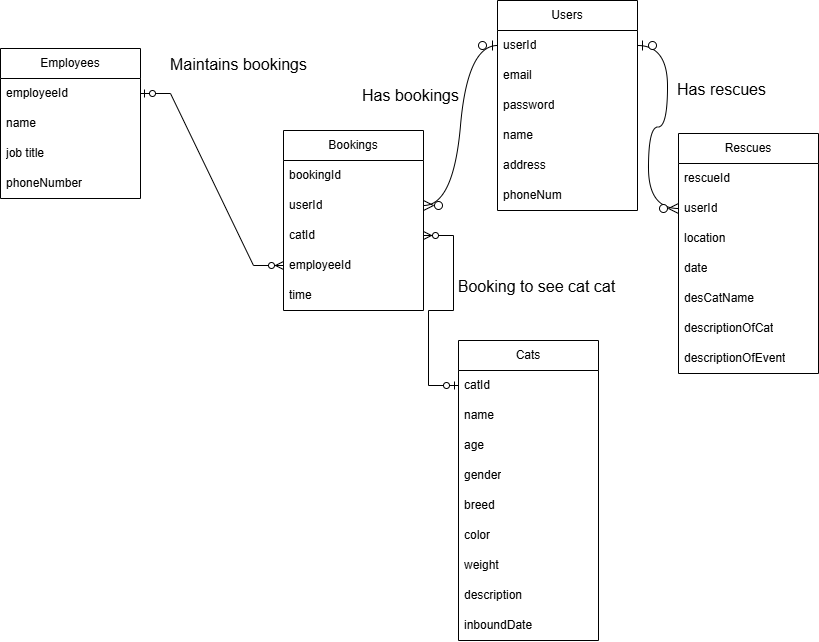
IlliaStefanovskyi/WebDevFinalProject keeps this draw.io diagram as week4/Logical ERD.drawio.png. Above is the earlier version. Source tidied: cells renumbered, new cells last; positions are measured from the earlier drawing's top-left corner, leaving out a move shared by most shapes.
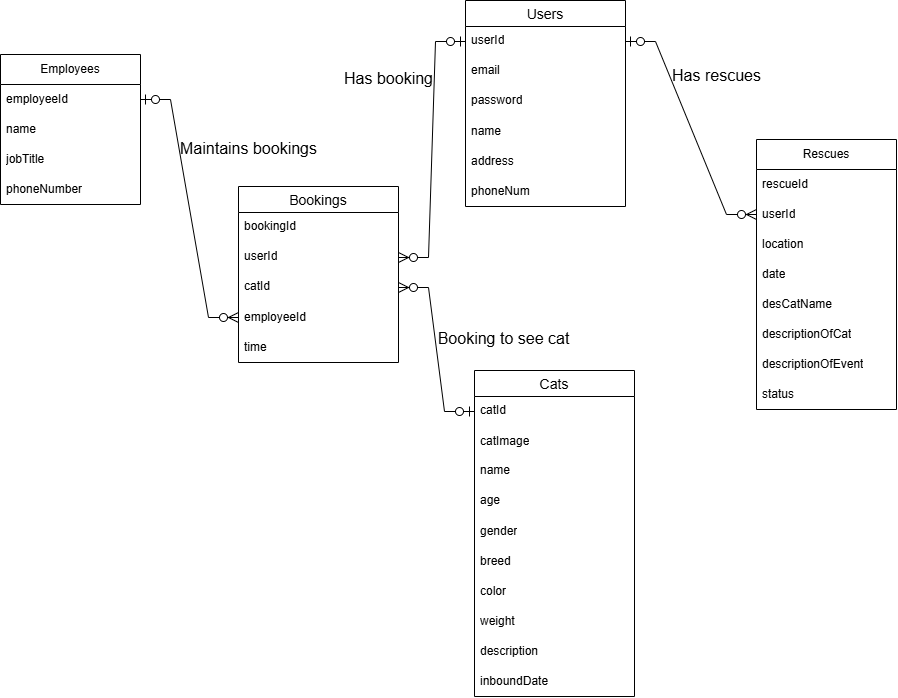
After the change.

Change to the diagram source:
```diff
@@ -2,84 +2,120 @@
   <root>
     <mxCell id="0" />
     <mxCell id="1" parent="0" />
+    <mxCell id="33" value="Employees" style="swimlane;fontStyle=0;horizontal=1;startSize=30;whiteSpace=wrap;html=1;" parent="1" vertex="1">
+      <mxGeometry x="866" y="1003" width="140" height="150" as="geometry" />
+    </mxCell>
+    <mxCell id="34" value="employeeId" style="text;strokeColor=none;fillColor=none;align=left;verticalAlign=middle;spacingLeft=4;spacingRight=4;overflow=hidden;points=[[0,0.5],[1,0.5]];portConstraint=eastwest;whiteSpace=wrap;html=1;" parent="33" vertex="1">
+      <mxGeometry y="30" width="140" height="30" as="geometry" />
+    </mxCell>
+    <mxCell id="47" value="name" style="text;strokeColor=none;fillColor=none;align=left;verticalAlign=middle;spacingLeft=4;spacingRight=4;overflow=hidden;whiteSpace=wrap;html=1;" parent="33" vertex="1">
+      <mxGeometry y="60" width="140" height="30" as="geometry" />
+    </mxCell>
+    <mxCell id="48" value="jobTitle" style="text;strokeColor=none;fillColor=none;align=left;verticalAlign=middle;spacingLeft=4;spacingRight=4;overflow=hidden;whiteSpace=wrap;html=1;" parent="33" vertex="1">
+      <mxGeometry y="90" width="140" height="30" as="geometry" />
+    </mxCell>
+    <mxCell id="37" value="phoneNumber" style="text;strokeColor=none;fillColor=none;align=left;verticalAlign=middle;spacingLeft=4;spacingRight=4;overflow=hidden;whiteSpace=wrap;html=1;" parent="33" vertex="1">
+      <mxGeometry y="120" width="140" height="30" as="geometry" />
+    </mxCell>
+    <mxCell id="19" value="Bookings" style="swimlane;fontStyle=0;horizontal=1;startSize=26;align=center;fontSize=14;" parent="1" vertex="1">
+      <mxGeometry x="1104" y="1135" width="160" height="176" as="geometry" />
+    </mxCell>
+    <mxCell id="20" value="bookingId" style="text;strokeColor=none;fillColor=none;spacingLeft=4;spacingRight=4;overflow=hidden;fontSize=12;whiteSpace=wrap;html=1;" parent="19" vertex="1">
+      <mxGeometry y="26" width="160" height="30" as="geometry" />
+    </mxCell>
+    <mxCell id="49" value="userId" style="text;strokeColor=none;fillColor=none;spacingLeft=4;spacingRight=4;overflow=hidden;points=[[0,0.5],[1,0.5]];portConstraint=eastwest;fontSize=12;whiteSpace=wrap;html=1;" parent="19" vertex="1">
+      <mxGeometry y="56" width="160" height="30" as="geometry" />
+    </mxCell>
+    <mxCell id="50" value="catId" style="text;strokeColor=none;fillColor=none;spacingLeft=4;spacingRight=4;overflow=hidden;points=[[0,0.5],[1,0.5]];portConstraint=eastwest;fontSize=12;whiteSpace=wrap;html=1;" parent="19" vertex="1">
+      <mxGeometry y="86" width="160" height="30" as="geometry" />
+    </mxCell>
+    <mxCell id="23" value="employeeId" style="text;strokeColor=none;fillColor=none;align=left;verticalAlign=middle;spacingLeft=4;spacingRight=4;overflow=hidden;points=[[0,0.5],[1,0.5]];portConstraint=eastwest;whiteSpace=wrap;html=1;" parent="19" vertex="1">
+      <mxGeometry y="116" width="160" height="30" as="geometry" />
+    </mxCell>
+    <mxCell id="24" value="time" style="text;strokeColor=none;fillColor=none;align=left;verticalAlign=middle;spacingLeft=4;spacingRight=4;overflow=hidden;whiteSpace=wrap;html=1;" parent="19" vertex="1">
+      <mxGeometry y="146" width="160" height="30" as="geometry" />
+    </mxCell>
+    <mxCell id="45" style="edgeStyle=entityRelationEdgeStyle;fontSize=12;html=1;endArrow=ERzeroToMany;startArrow=ERzeroToOne;rounded=0;startSize=8;endSize=8;curved=0;exitX=1;exitY=0.5;exitDx=0;exitDy=0;entryX=0;entryY=0.5;entryDx=0;entryDy=0;" parent="1" edge="1" source="34" target="23">
+      <mxGeometry relative="1" as="geometry" />
+    </mxCell>
+    <mxCell id="51" style="edgeStyle=entityRelationEdgeStyle;fontSize=12;html=1;endArrow=ERzeroToMany;startArrow=ERzeroToOne;rounded=0;startSize=8;endSize=8;curved=0;exitX=0;exitY=0.5;exitDx=0;exitDy=0;entryX=1;entryY=0.5;entryDx=0;entryDy=0;" parent="1" edge="1" source="52" target="49">
+      <mxGeometry relative="1" as="geometry" />
+    </mxCell>
+    <mxCell id="44" value="Maintains bookings" style="text;html=1;align=center;verticalAlign=middle;strokeColor=none;fillColor=none;fontSize=16;" parent="1" vertex="1">
+      <mxGeometry x="1036" y="1081" width="155" height="31" as="geometry" />
+    </mxCell>
+    <mxCell id="12" value="Users" style="swimlane;fontStyle=0;horizontal=1;startSize=26;align=center;fontSize=14;" parent="1" vertex="1">
+      <mxGeometry x="1331" y="949" width="160" height="206" as="geometry" />
+    </mxCell>
+    <mxCell id="52" value="userId" style="text;strokeColor=none;fillColor=none;spacingLeft=4;spacingRight=4;overflow=hidden;points=[[0,0.5],[1,0.5]];portConstraint=eastwest;fontSize=12;whiteSpace=wrap;html=1;" parent="12" vertex="1">
+      <mxGeometry y="26" width="160" height="30" as="geometry" />
+    </mxCell>
+    <mxCell id="14" value="email" style="text;strokeColor=none;fillColor=none;spacingLeft=4;spacingRight=4;overflow=hidden;fontSize=12;whiteSpace=wrap;html=1;" parent="12" vertex="1">
+      <mxGeometry y="56" width="160" height="30" as="geometry" />
+    </mxCell>
+    <mxCell id="15" value="password" style="text;strokeColor=none;fillColor=none;spacingLeft=4;spacingRight=4;overflow=hidden;fontSize=12;whiteSpace=wrap;html=1;" parent="12" vertex="1">
+      <mxGeometry y="86" width="160" height="30" as="geometry" />
+    </mxCell>
+    <mxCell id="53" value="name" style="text;strokeColor=none;fillColor=none;align=left;verticalAlign=middle;spacingLeft=4;spacingRight=4;overflow=hidden;whiteSpace=wrap;html=1;" parent="12" vertex="1">
+      <mxGeometry y="116" width="160" height="30" as="geometry" />
+    </mxCell>
+    <mxCell id="17" value="address" style="text;strokeColor=none;fillColor=none;align=left;verticalAlign=middle;spacingLeft=4;spacingRight=4;overflow=hidden;whiteSpace=wrap;html=1;" parent="12" vertex="1">
+      <mxGeometry y="146" width="160" height="30" as="geometry" />
+    </mxCell>
+    <mxCell id="18" value="phoneNum" style="text;strokeColor=none;fillColor=none;align=left;verticalAlign=middle;spacingLeft=4;spacingRight=4;overflow=hidden;whiteSpace=wrap;html=1;" parent="12" vertex="1">
+      <mxGeometry y="176" width="160" height="30" as="geometry" />
+    </mxCell>
-    <mxCell id="2" value="Cats" style="swimlane;fontStyle=0;horizontal=1;startSize=30;whiteSpace=wrap;html=1;" parent="1" vertex="1">
-      <mxGeometry x="458" y="340" width="140" height="300" as="geometry" />
+    <mxCell id="2" value="Cats" style="swimlane;fontStyle=0;horizontal=1;startSize=26;align=center;fontSize=14;" parent="1" vertex="1">
+      <mxGeometry x="1340" y="1319" width="160" height="326" as="geometry" />
     </mxCell>
-    <mxCell id="3" value="catId" style="text;strokeColor=none;fillColor=none;align=left;verticalAlign=middle;spacingLeft=4;spacingRight=4;overflow=hidden;points=[[0,0.5],[1,0.5]];portConstraint=eastwest;whiteSpace=wrap;html=1;" parent="2" vertex="1">
-      <mxGeometry y="30" width="140" height="30" as="geometry" />
-    </mxCell>
-    <mxCell id="4" value="name" style="text;strokeColor=none;fillColor=none;align=left;verticalAlign=middle;spacingLeft=4;spacingRight=4;overflow=hidden;whiteSpace=wrap;html=1;" parent="2" vertex="1">
-      <mxGeometry y="60" width="140" height="30" as="geometry" />
-    </mxCell>
+    <mxCell id="54" value="catId" style="text;strokeColor=none;fillColor=none;spacingLeft=4;spacingRight=4;overflow=hidden;points=[[0,0.5],[1,0.5]];portConstraint=eastwest;fontSize=12;whiteSpace=wrap;html=1;" parent="2" vertex="1">
+      <mxGeometry y="26" width="160" height="30" as="geometry" />
+    </mxCell>
+    <mxCell id="55" value="catImage" style="text;strokeColor=none;fillColor=none;align=left;verticalAlign=middle;spacingLeft=4;spacingRight=4;overflow=hidden;whiteSpace=wrap;html=1;" parent="2" vertex="1">
+      <mxGeometry y="56" width="160" height="30" as="geometry" />
+    </mxCell>
+    <mxCell id="56" value="name" style="text;strokeColor=none;fillColor=none;spacingLeft=4;spacingRight=4;overflow=hidden;fontSize=12;whiteSpace=wrap;html=1;" parent="2" vertex="1">
+      <mxGeometry y="86" width="160" height="30" as="geometry" />
+    </mxCell>
-    <mxCell id="5" value="age" style="text;strokeColor=none;fillColor=none;align=left;verticalAlign=middle;spacingLeft=4;spacingRight=4;overflow=hidden;whiteSpace=wrap;html=1;" parent="2" vertex="1">
-      <mxGeometry y="90" width="140" height="30" as="geometry" />
+    <mxCell id="5" value="age" style="text;strokeColor=none;fillColor=none;spacingLeft=4;spacingRight=4;overflow=hidden;fontSize=12;whiteSpace=wrap;html=1;" parent="2" vertex="1">
+      <mxGeometry y="116" width="160" height="30" as="geometry" />
     </mxCell>
     <mxCell id="6" value="gender" style="text;strokeColor=none;fillColor=none;align=left;verticalAlign=middle;spacingLeft=4;spacingRight=4;overflow=hidden;whiteSpace=wrap;html=1;" parent="2" vertex="1">
-      <mxGeometry y="120" width="140" height="30" as="geometry" />
+      <mxGeometry y="146" width="160" height="30" as="geometry" />
     </mxCell>
     <mxCell id="7" value="breed" style="text;strokeColor=none;fillColor=none;align=left;verticalAlign=middle;spacingLeft=4;spacingRight=4;overflow=hidden;whiteSpace=wrap;html=1;" parent="2" vertex="1">
-      <mxGeometry y="150" width="140" height="30" as="geometry" />
+      <mxGeometry y="176" width="160" height="30" as="geometry" />
     </mxCell>
     <mxCell id="8" value="color" style="text;strokeColor=none;fillColor=none;align=left;verticalAlign=middle;spacingLeft=4;spacingRight=4;overflow=hidden;whiteSpace=wrap;html=1;" parent="2" vertex="1">
-      <mxGeometry y="180" width="140" height="30" as="geometry" />
+      <mxGeometry y="206" width="160" height="30" as="geometry" />
     </mxCell>
     <mxCell id="9" value="weight" style="text;strokeColor=none;fillColor=none;align=left;verticalAlign=middle;spacingLeft=4;spacingRight=4;overflow=hidden;whiteSpace=wrap;html=1;" parent="2" vertex="1">
-      <mxGeometry y="210" width="140" height="30" as="geometry" />
+      <mxGeometry y="236" width="160" height="30" as="geometry" />
     </mxCell>
     <mxCell id="10" value="description" style="text;strokeColor=none;fillColor=none;align=left;verticalAlign=middle;spacingLeft=4;spacingRight=4;overflow=hidden;whiteSpace=wrap;html=1;" parent="2" vertex="1">
-      <mxGeometry y="240" width="140" height="30" as="geometry" />
+      <mxGeometry y="266" width="160" height="30" as="geometry" />
     </mxCell>
     <mxCell id="11" value="inboundDate" style="text;strokeColor=none;fillColor=none;align=left;verticalAlign=middle;spacingLeft=4;spacingRight=4;overflow=hidden;whiteSpace=wrap;html=1;" parent="2" vertex="1">
-      <mxGeometry y="270" width="140" height="30" as="geometry" />
+      <mxGeometry y="296" width="160" height="30" as="geometry" />
     </mxCell>
-    <mxCell id="12" value="Users" style="swimlane;fontStyle=0;horizontal=1;startSize=30;whiteSpace=wrap;html=1;" parent="1" vertex="1">
-      <mxGeometry x="497" width="140" height="210" as="geometry" />
-    </mxCell>
-    <mxCell id="13" value="userId" style="text;strokeColor=none;fillColor=none;align=left;verticalAlign=middle;spacingLeft=4;spacingRight=4;overflow=hidden;points=[[0,0.5],[1,0.5]];portConstraint=eastwest;whiteSpace=wrap;html=1;" parent="12" vertex="1">
-      <mxGeometry y="30" width="140" height="30" as="geometry" />
-    </mxCell>
-    <mxCell id="14" value="email" style="text;strokeColor=none;fillColor=none;align=left;verticalAlign=middle;spacingLeft=4;spacingRight=4;overflow=hidden;whiteSpace=wrap;html=1;" parent="12" vertex="1">
-      <mxGeometry y="60" width="140" height="30" as="geometry" />
-    </mxCell>
-    <mxCell id="15" value="password" style="text;strokeColor=none;fillColor=none;align=left;verticalAlign=middle;spacingLeft=4;spacingRight=4;overflow=hidden;whiteSpace=wrap;html=1;" parent="12" vertex="1">
-      <mxGeometry y="90" width="140" height="30" as="geometry" />
-    </mxCell>
-    <mxCell id="16" value="name" style="text;strokeColor=none;fillColor=none;align=left;verticalAlign=middle;spacingLeft=4;spacingRight=4;overflow=hidden;whiteSpace=wrap;html=1;" parent="12" vertex="1">
-      <mxGeometry y="120" width="140" height="30" as="geometry" />
-    </mxCell>
-    <mxCell id="17" value="address" style="text;strokeColor=none;fillColor=none;align=left;verticalAlign=middle;spacingLeft=4;spacingRight=4;overflow=hidden;whiteSpace=wrap;html=1;" parent="12" vertex="1">
-      <mxGeometry y="150" width="140" height="30" as="geometry" />
-    </mxCell>
-    <mxCell id="18" value="phoneNum" style="text;strokeColor=none;fillColor=none;align=left;verticalAlign=middle;spacingLeft=4;spacingRight=4;overflow=hidden;whiteSpace=wrap;html=1;" parent="12" vertex="1">
-      <mxGeometry y="180" width="140" height="30" as="geometry" />
-    </mxCell>
-    <mxCell id="19" value="Bookings" style="swimlane;fontStyle=0;horizontal=1;startSize=30;whiteSpace=wrap;html=1;" parent="1" vertex="1">
-      <mxGeometry x="283" y="130" width="140" height="180" as="geometry" />
-    </mxCell>
-    <mxCell id="20" value="bookingId" style="text;strokeColor=none;fillColor=none;align=left;verticalAlign=middle;spacingLeft=4;spacingRight=4;overflow=hidden;whiteSpace=wrap;html=1;" parent="19" vertex="1">
-      <mxGeometry y="30" width="140" height="30" as="geometry" />
-    </mxCell>
-    <mxCell id="21" value="userId" style="text;strokeColor=none;fillColor=none;align=left;verticalAlign=middle;spacingLeft=4;spacingRight=4;overflow=hidden;points=[[0,0.5],[1,0.5]];portConstraint=eastwest;whiteSpace=wrap;html=1;" parent="19" vertex="1">
-      <mxGeometry y="60" width="140" height="30" as="geometry" />
-    </mxCell>
-    <mxCell id="22" value="catId" style="text;strokeColor=none;fillColor=none;align=left;verticalAlign=middle;spacingLeft=4;spacingRight=4;overflow=hidden;points=[[0,0.5],[1,0.5]];portConstraint=eastwest;whiteSpace=wrap;html=1;" parent="19" vertex="1">
-      <mxGeometry y="90" width="140" height="30" as="geometry" />
-    </mxCell>
-    <mxCell id="23" value="employeeId" style="text;strokeColor=none;fillColor=none;align=left;verticalAlign=middle;spacingLeft=4;spacingRight=4;overflow=hidden;points=[[0,0.5],[1,0.5]];portConstraint=eastwest;whiteSpace=wrap;html=1;" parent="19" vertex="1">
-      <mxGeometry y="120" width="140" height="30" as="geometry" />
-    </mxCell>
-    <mxCell id="24" value="time" style="text;strokeColor=none;fillColor=none;align=left;verticalAlign=middle;spacingLeft=4;spacingRight=4;overflow=hidden;whiteSpace=wrap;html=1;" parent="19" vertex="1">
-      <mxGeometry y="150" width="140" height="30" as="geometry" />
-    </mxCell>
+    <mxCell id="57" style="edgeStyle=entityRelationEdgeStyle;fontSize=12;html=1;endArrow=ERzeroToMany;startArrow=ERzeroToOne;rounded=0;startSize=8;endSize=8;curved=0;exitX=0;exitY=0.5;exitDx=0;exitDy=0;entryX=1;entryY=0.5;entryDx=0;entryDy=0;" parent="1" edge="1" source="54" target="50">
+      <mxGeometry relative="1" as="geometry" />
+    </mxCell>
+    <mxCell id="58" value="Booking to see cat" style="text;html=1;align=center;verticalAlign=middle;strokeColor=none;fillColor=none;fontSize=16;" parent="1" vertex="1">
+      <mxGeometry x="1294" y="1272" width="150" height="31" as="geometry" />
+    </mxCell>
+    <mxCell id="59" value="Has booking" style="text;html=1;align=center;verticalAlign=middle;strokeColor=none;fillColor=none;fontSize=16;" parent="1" vertex="1">
+      <mxGeometry x="1200" y="1012" width="107" height="31" as="geometry" />
+    </mxCell>
     <mxCell id="25" value="Rescues" style="swimlane;fontStyle=0;horizontal=1;startSize=30;whiteSpace=wrap;html=1;" parent="1" vertex="1">
-      <mxGeometry x="678" y="133" width="140" height="240" as="geometry" />
+      <mxGeometry x="1622" y="1088" width="140" height="270" as="geometry" />
     </mxCell>
     <mxCell id="26" value="rescueId" style="text;strokeColor=none;fillColor=none;align=left;verticalAlign=middle;spacingLeft=4;spacingRight=4;overflow=hidden;whiteSpace=wrap;html=1;" parent="25" vertex="1">
       <mxGeometry y="30" width="140" height="30" as="geometry" />
     </mxCell>
-    <mxCell id="27" value="userId" style="text;strokeColor=none;fillColor=none;align=left;verticalAlign=middle;spacingLeft=4;spacingRight=4;overflow=hidden;points=[[0,0.5],[1,0.5]];portConstraint=eastwest;whiteSpace=wrap;html=1;" parent="25" vertex="1">
-      <mxGeometry y="60" width="140" height="30" as="geometry" />
-    </mxCell>
+    <mxCell id="60" value="userId" style="text;strokeColor=none;fillColor=none;align=left;verticalAlign=middle;spacingLeft=4;spacingRight=4;overflow=hidden;points=[[0,0.5],[1,0.5]];portConstraint=eastwest;whiteSpace=wrap;html=1;" parent="25" vertex="1">
+      <mxGeometry y="60" width="140" height="30" as="geometry" />
+    </mxCell>
     <mxCell id="28" value="location" style="text;strokeColor=none;fillColor=none;align=left;verticalAlign=middle;spacingLeft=4;spacingRight=4;overflow=hidden;whiteSpace=wrap;html=1;" parent="25" vertex="1">
       <mxGeometry y="90" width="140" height="30" as="geometry" />
     </mxCell>
@@ -95,51 +131,14 @@
     <mxCell id="32" value="descriptionOfEvent" style="text;strokeColor=none;fillColor=none;align=left;verticalAlign=middle;spacingLeft=4;spacingRight=4;overflow=hidden;whiteSpace=wrap;html=1;" parent="25" vertex="1">
       <mxGeometry y="210" width="140" height="30" as="geometry" />
     </mxCell>
-    <mxCell id="33" value="Employees" style="swimlane;fontStyle=0;horizontal=1;startSize=30;whiteSpace=wrap;html=1;" parent="1" vertex="1">
-      <mxGeometry y="48" width="140" height="150" as="geometry" />
-    </mxCell>
-    <mxCell id="34" value="employeeId" style="text;strokeColor=none;fillColor=none;align=left;verticalAlign=middle;spacingLeft=4;spacingRight=4;overflow=hidden;points=[[0,0.5],[1,0.5]];portConstraint=eastwest;whiteSpace=wrap;html=1;" parent="33" vertex="1">
-      <mxGeometry y="30" width="140" height="30" as="geometry" />
-    </mxCell>
-    <mxCell id="35" value="name" style="text;strokeColor=none;fillColor=none;align=left;verticalAlign=middle;spacingLeft=4;spacingRight=4;overflow=hidden;whiteSpace=wrap;html=1;" parent="33" vertex="1">
-      <mxGeometry y="60" width="140" height="30" as="geometry" />
-    </mxCell>
-    <mxCell id="36" value="job title" style="text;strokeColor=none;fillColor=none;align=left;verticalAlign=middle;spacingLeft=4;spacingRight=4;overflow=hidden;whiteSpace=wrap;html=1;" parent="33" vertex="1">
-      <mxGeometry y="90" width="140" height="30" as="geometry" />
-    </mxCell>
-    <mxCell id="37" value="phoneNumber" style="text;strokeColor=none;fillColor=none;align=left;verticalAlign=middle;spacingLeft=4;spacingRight=4;overflow=hidden;whiteSpace=wrap;html=1;" parent="33" vertex="1">
-      <mxGeometry y="120" width="140" height="30" as="geometry" />
-    </mxCell>
-    <mxCell id="38" style="edgeStyle=entityRelationEdgeStyle;fontSize=12;html=1;endArrow=ERzeroToMany;startArrow=ERzeroToOne;rounded=0;startSize=8;endSize=8;curved=1;exitX=0;exitY=0.5;exitDx=0;exitDy=0;entryX=1;entryY=0.5;entryDx=0;entryDy=0;" parent="1" edge="1" source="13" target="21">
-      <mxGeometry relative="1" as="geometry" />
-    </mxCell>
-    <mxCell id="39" value="Has bookings" style="text;html=1;align=center;verticalAlign=middle;strokeColor=none;fillColor=none;fontSize=16;" parent="1" vertex="1">
-      <mxGeometry x="352" y="79" width="115" height="31" as="geometry" />
-    </mxCell>
-    <mxCell id="40" style="edgeStyle=none;curved=1;rounded=0;orthogonalLoop=1;jettySize=auto;html=1;exitX=0.5;exitY=0;exitDx=0;exitDy=0;fontSize=12;startSize=8;endSize=8;" parent="1" edge="1" source="2" target="2">
-      <mxGeometry relative="1" as="geometry" />
-    </mxCell>
-    <mxCell id="41" value="Booking to see cat cat" style="text;html=1;align=center;verticalAlign=middle;strokeColor=none;fillColor=none;fontSize=16;" parent="1" vertex="1">
-      <mxGeometry x="448" y="270" width="175" height="31" as="geometry" />
-    </mxCell>
-    <mxCell id="42" style="edgeStyle=entityRelationEdgeStyle;fontSize=12;html=1;endArrow=ERzeroToMany;startArrow=ERzeroToOne;rounded=0;startSize=8;endSize=8;curved=1;exitX=1;exitY=0.5;exitDx=0;exitDy=0;entryX=0;entryY=0.5;entryDx=0;entryDy=0;" parent="1" edge="1" source="13" target="27">
-      <mxGeometry relative="1" as="geometry" />
-    </mxCell>
+    <mxCell id="61" value="status" style="text;strokeColor=none;fillColor=none;align=left;verticalAlign=middle;spacingLeft=4;spacingRight=4;overflow=hidden;whiteSpace=wrap;html=1;" parent="25" vertex="1">
+      <mxGeometry y="240" width="140" height="30" as="geometry" />
+    </mxCell>
+    <mxCell id="62" style="edgeStyle=entityRelationEdgeStyle;fontSize=12;html=1;endArrow=ERzeroToMany;startArrow=ERzeroToOne;rounded=0;startSize=8;endSize=8;curved=0;exitX=1;exitY=0.5;exitDx=0;exitDy=0;entryX=0;entryY=0.5;entryDx=0;entryDy=0;" parent="1" edge="1" source="52" target="60">
+      <mxGeometry relative="1" as="geometry" />
+    </mxCell>
     <mxCell id="43" value="Has rescues" style="text;html=1;align=center;verticalAlign=middle;strokeColor=none;fillColor=none;fontSize=16;" parent="1" vertex="1">
-      <mxGeometry x="667" y="73" width="107" height="31" as="geometry" />
+      <mxGeometry x="1528" y="1009" width="107" height="31" as="geometry" />
     </mxCell>
-    <mxCell id="44" value="Maintains bookings" style="text;html=1;align=center;verticalAlign=middle;strokeColor=none;fillColor=none;fontSize=16;" parent="1" vertex="1">
-      <mxGeometry x="158" y="49" width="160" height="30" as="geometry" />
-    </mxCell>
-    <mxCell id="45" style="edgeStyle=entityRelationEdgeStyle;fontSize=12;html=1;endArrow=ERzeroToMany;startArrow=ERzeroToOne;rounded=0;entryX=0;entryY=0.5;entryDx=0;entryDy=0;exitX=1;exitY=0.5;exitDx=0;exitDy=0;" parent="1" edge="1" source="34" target="23">
-      <mxGeometry relative="1" as="geometry" />
-    </mxCell>
-    <mxCell id="46" style="edgeStyle=entityRelationEdgeStyle;fontSize=12;html=1;endArrow=ERzeroToMany;startArrow=ERzeroToOne;rounded=0;exitX=0;exitY=0.5;exitDx=0;exitDy=0;entryX=1;entryY=0.5;entryDx=0;entryDy=0;" parent="1" edge="1" source="3" target="22">
-      <mxGeometry relative="1" as="geometry">
-        <Array as="points">
-          <mxPoint x="328" y="420" />
-        </Array>
-      </mxGeometry>
-    </mxCell>
   </root>
 </mxGraphModel>
```
